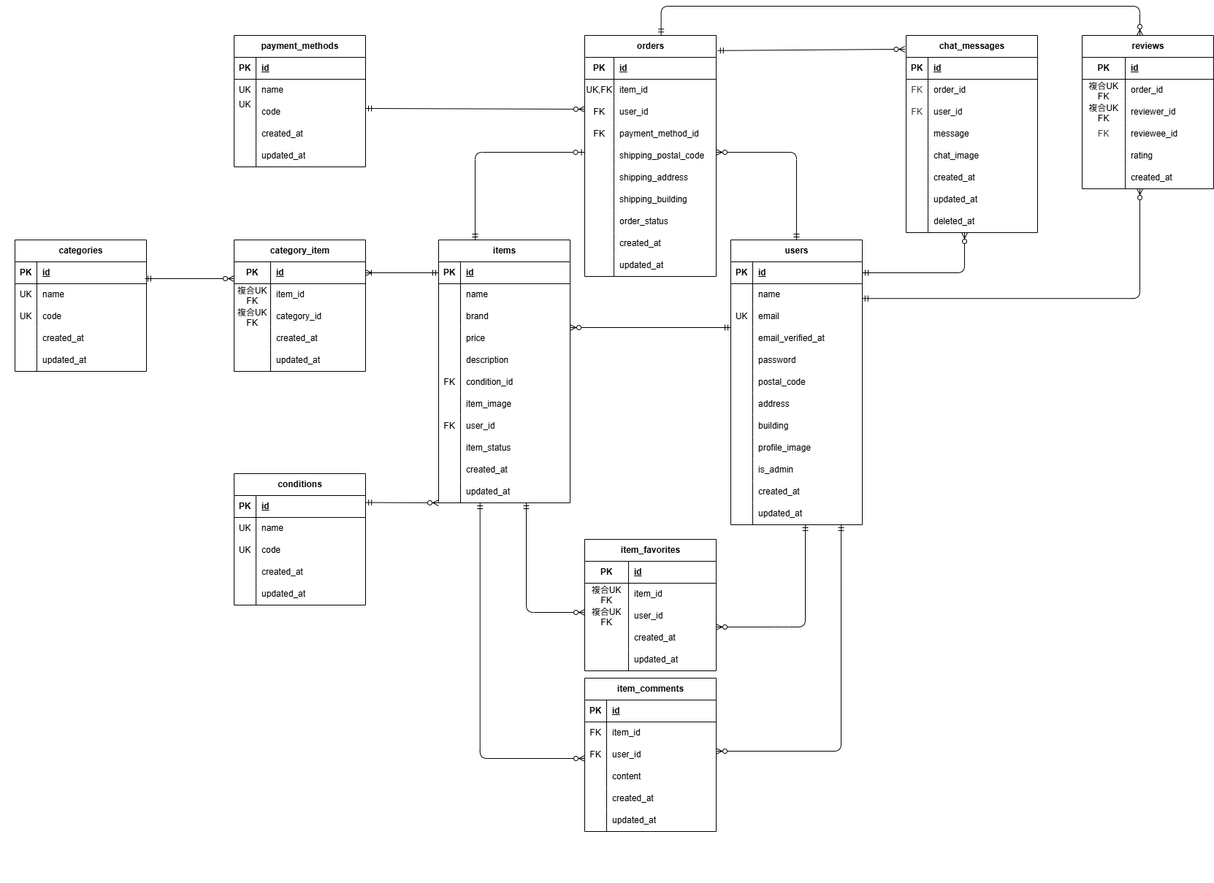
kawamata-natsuki/coachtech-flea keeps this draw.io diagram as er.drawio.png. Above is the earlier version. Source tidied: cells renumbered, new cells last; positions are measured from the earlier drawing's top-left corner, leaving out a move shared by most shapes.
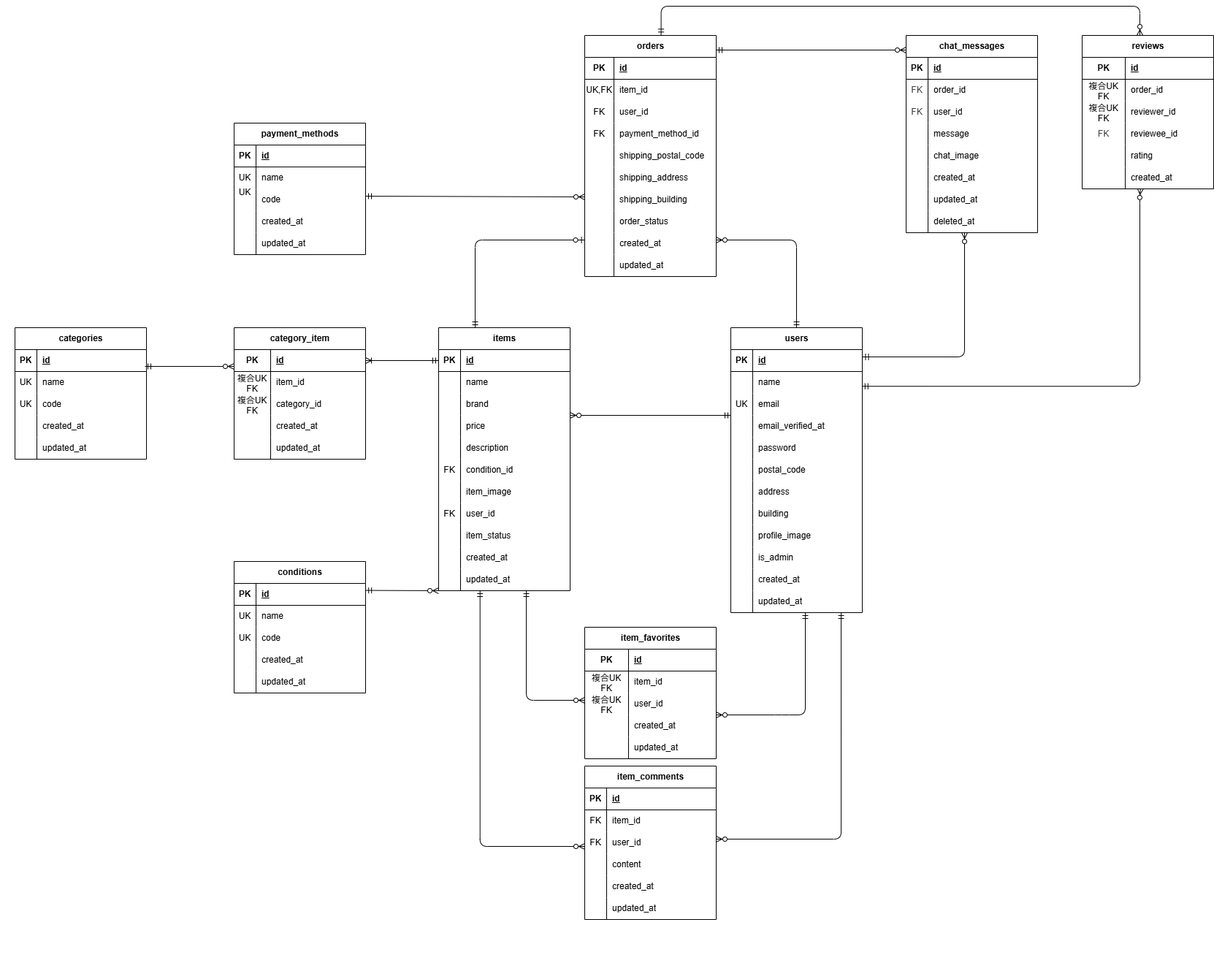
Above is the later version.

Commit message:
add: orders テーブルに order_status カラム追加

What changed in the source:
```diff
@@ -153,7 +153,7 @@
       <mxGeometry x="30" width="150" height="30" as="geometry" />
     </mxCell>
     <mxCell id="52" value="orders" style="shape=table;startSize=30;rowLines=0;fontStyle=1;align=center;html=1;" parent="1" vertex="1">
-      <mxGeometry x="800" y="40" width="180" height="330" as="geometry" />
+      <mxGeometry x="800" y="-80" width="180" height="330" as="geometry" />
     </mxCell>
     <mxCell id="53" style="shape=tableRow;horizontal=0;startSize=0;swimlaneHead=0;swimlaneBody=0;fillColor=none;top=0;left=0;right=0;bottom=1;" parent="52" vertex="1">
       <mxGeometry y="30" width="180" height="30" as="geometry" />
@@ -700,7 +700,7 @@
       <mxGeometry x="320" y="730" width="30" height="30" as="geometry" />
     </mxCell>
     <mxCell id="220" value="chat_messages" style="shape=table;startSize=30;rowLines=0;fontStyle=1;align=center;html=1;" parent="1" vertex="1">
-      <mxGeometry x="1240" y="40" width="180" height="270" as="geometry" />
+      <mxGeometry x="1240" y="-80" width="180" height="270" as="geometry" />
     </mxCell>
     <mxCell id="221" style="shape=tableRow;horizontal=0;startSize=0;swimlaneHead=0;swimlaneBody=0;fillColor=none;top=0;left=0;right=0;bottom=1;" parent="220" vertex="1">
       <mxGeometry y="30" width="180" height="30" as="geometry" />
@@ -775,7 +775,7 @@
       <mxGeometry x="30" width="150" height="30" as="geometry" />
     </mxCell>
     <mxCell id="245" value="reviews" style="shape=table;startSize=30;rowLines=0;fontStyle=1;align=center;html=1;" parent="1" vertex="1">
-      <mxGeometry x="1481" y="40" width="180" height="210" as="geometry" />
+      <mxGeometry x="1481" y="-80" width="180" height="210" as="geometry" />
     </mxCell>
     <mxCell id="246" style="shape=tableRow;horizontal=0;startSize=0;swimlaneHead=0;swimlaneBody=0;fillColor=none;top=0;left=0;right=0;bottom=1;" parent="245" vertex="1">
       <mxGeometry y="30" width="180" height="30" as="geometry" />
@@ -831,31 +831,33 @@
     <mxCell id="263" value="created_at" style="shape=partialRectangle;fillColor=none;top=0;left=0;bottom=0;right=0;align=left;spacingLeft=6;overflow=hidden;whiteSpace=wrap;html=1;" parent="261" vertex="1">
       <mxGeometry x="59" width="121" height="30" as="geometry" />
     </mxCell>
-    <mxCell id="264" style="fontSize=12;html=1;endArrow=ERzeroToMany;startArrow=ERmandOne;exitX=1.01;exitY=0.063;exitDx=0;exitDy=0;exitPerimeter=0;entryX=-0.009;entryY=0.07;entryDx=0;entryDy=0;entryPerimeter=0;" parent="1" edge="1" source="52" target="220">
-      <mxGeometry relative="1" as="geometry" />
+    <mxCell id="264" style="fontSize=12;html=1;endArrow=ERzeroToMany;startArrow=ERmandOne;" parent="1" edge="1">
+      <mxGeometry relative="1" as="geometry">
+        <mxPoint x="980" y="-60" as="sourcePoint" />
+        <mxPoint x="1240" y="-60" as="targetPoint" />
+      </mxGeometry>
     </mxCell>
-    <mxCell id="265" style="fontSize=12;html=1;endArrow=ERzeroToMany;startArrow=ERmandOne;edgeStyle=orthogonalEdgeStyle;exitX=1;exitY=0.5;exitDx=0;exitDy=0;" parent="1" edge="1" source="84">
+    <mxCell id="265" style="fontSize=12;html=1;endArrow=ERzeroToMany;startArrow=ERmandOne;edgeStyle=orthogonalEdgeStyle;exitX=1.003;exitY=0.333;exitDx=0;exitDy=0;exitPerimeter=0;" parent="1" edge="1" source="84" target="242">
       <mxGeometry relative="1" as="geometry">
-        <mxPoint x="1320" y="310" as="targetPoint" />
         <Array as="points">
-          <mxPoint x="1320" y="365" />
+          <mxPoint x="1320" y="360" />
         </Array>
       </mxGeometry>
     </mxCell>
-    <mxCell id="266" style="fontSize=12;html=1;endArrow=ERzeroToMany;startArrow=ERmandOne;edgeStyle=orthogonalEdgeStyle;exitX=0.999;exitY=0.674;exitDx=0;exitDy=0;exitPerimeter=0;" parent="1" edge="1" source="87">
+    <mxCell id="266" style="fontSize=12;html=1;endArrow=ERzeroToMany;startArrow=ERmandOne;edgeStyle=orthogonalEdgeStyle;exitX=0.999;exitY=0.674;exitDx=0;exitDy=0;exitPerimeter=0;entryX=0.443;entryY=0.995;entryDx=0;entryDy=0;entryPerimeter=0;" parent="1" edge="1" source="87" target="261">
       <mxGeometry relative="1" as="geometry">
-        <mxPoint x="1560" y="250" as="targetPoint" />
         <Array as="points">
           <mxPoint x="1560" y="400" />
+          <mxPoint x="1560" y="140" />
+          <mxPoint x="1561" y="140" />
         </Array>
       </mxGeometry>
     </mxCell>
-    <mxCell id="267" style="fontSize=12;html=1;endArrow=ERzeroToMany;startArrow=ERmandOne;edgeStyle=orthogonalEdgeStyle;exitX=0.581;exitY=-0.002;exitDx=0;exitDy=0;exitPerimeter=0;" parent="1" edge="1" source="52">
+    <mxCell id="267" style="fontSize=12;html=1;endArrow=ERzeroToMany;startArrow=ERmandOne;edgeStyle=orthogonalEdgeStyle;exitX=0.581;exitY=-0.002;exitDx=0;exitDy=0;exitPerimeter=0;entryX=0.439;entryY=0;entryDx=0;entryDy=0;entryPerimeter=0;" parent="1" edge="1" source="52" target="245">
       <mxGeometry relative="1" as="geometry">
-        <mxPoint x="1560" y="40" as="targetPoint" />
         <Array as="points">
-          <mxPoint x="905" />
-          <mxPoint x="1560" />
+          <mxPoint x="905" y="-120" />
+          <mxPoint x="1560" y="-120" />
         </Array>
       </mxGeometry>
     </mxCell>
```
